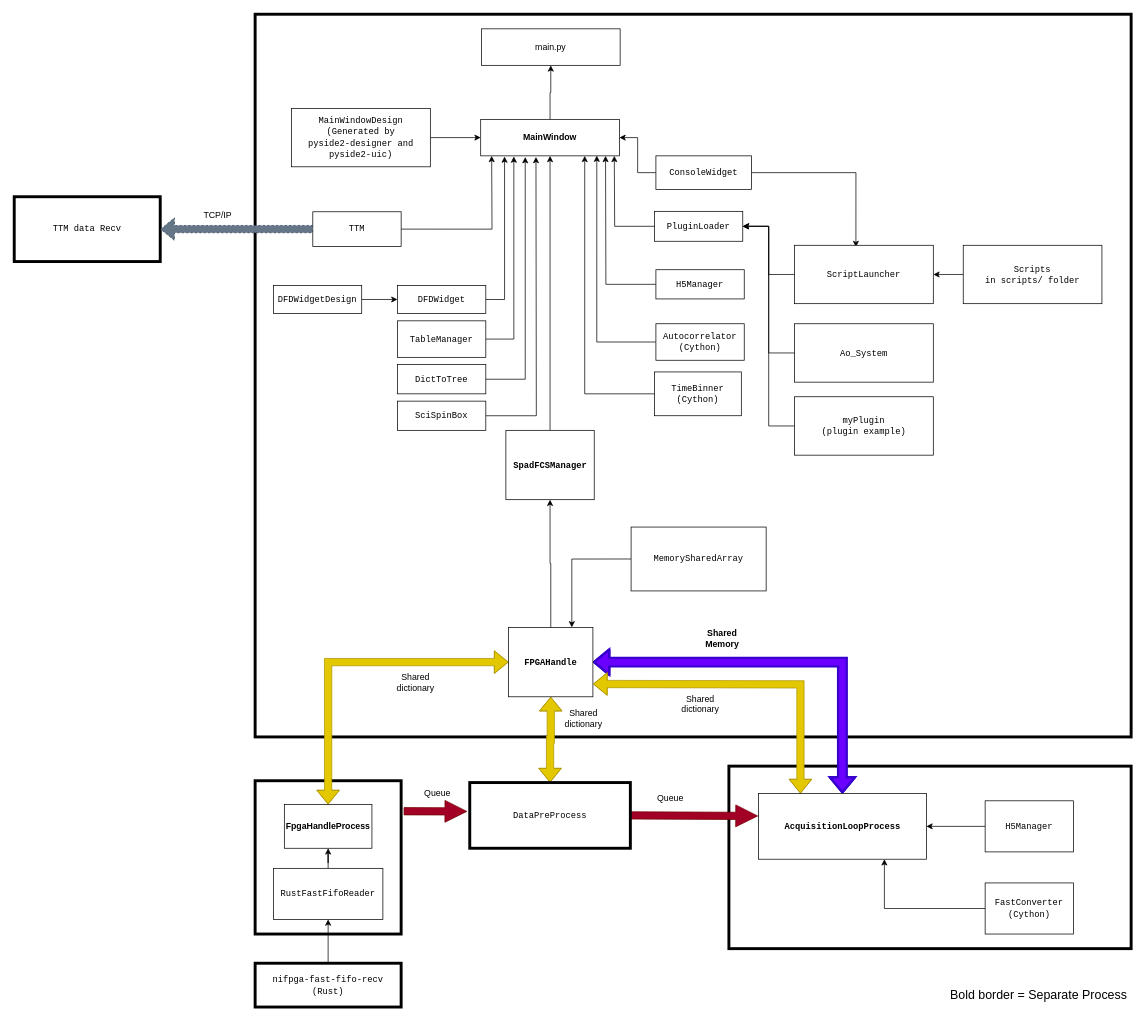
Earlier version of the draw.io diagram docs/img/SchemeBrightEyesMCS.drawio (VicidominiLab/BrightEyes-MCS). Source tidied: cells renumbered, new cells numbered last; positions are measured from the earlier drawing's top-left corner, leaving out a move shared by most shapes. Both pictures are drawn from the tidied source at 73%, with x=0, y=0 at pixel (14, 14).
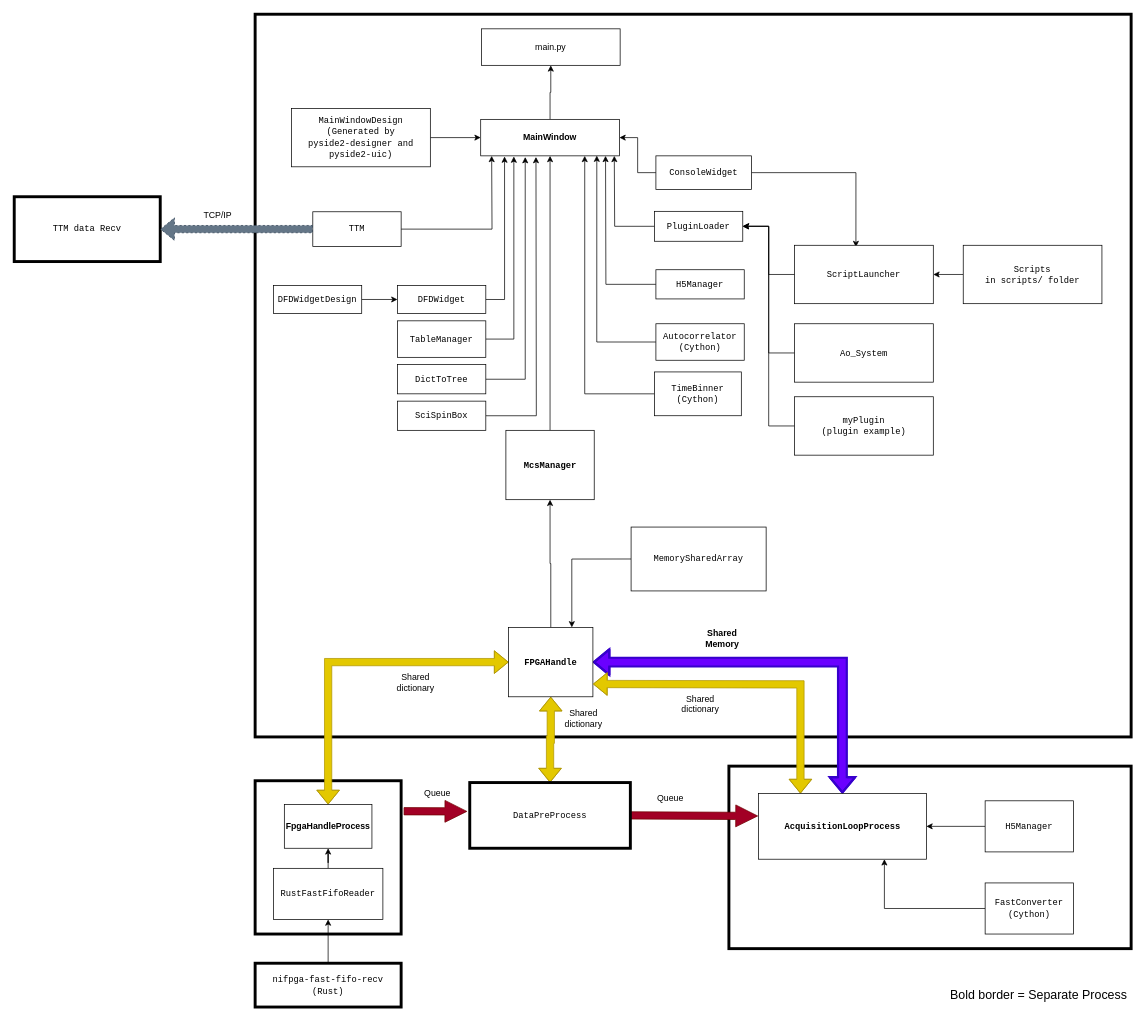
The same diagram, later.

Diff of the diagram source:
```diff
@@
-    <mxCell id="23" value="&lt;code&gt;SpadFCSManager&lt;br&gt;&lt;/code&gt;" style="rounded=0;whiteSpace=wrap;html=1;fontStyle=1;" parent="1" vertex="1">
+    <mxCell id="23" value="&lt;code&gt;McsManager&lt;br&gt;&lt;/code&gt;" style="rounded=0;whiteSpace=wrap;html=1;fontStyle=1;" parent="1" vertex="1">
       <mxGeometry x="673.5" y="570" width="121" height="95" as="geometry" />
     </mxCell>
```
